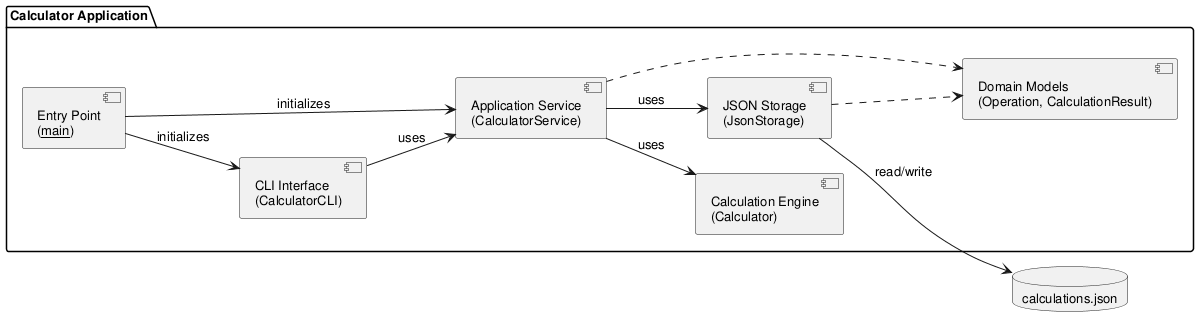
The PlantUML diagram experiments/pipeline/structured_text/calculator/artifacts/component_diagram.png in DanielRiha8906/Software_autoevolution_using_agents, before a commit.
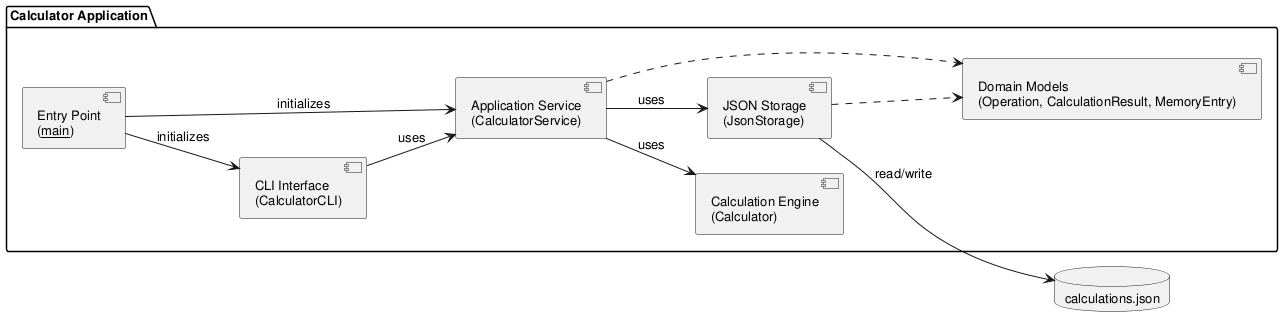
After the commit.

What changed in the source:
```diff
@@ -11,7 +11,7 @@
     component "Application Service\n(CalculatorService)" as Service
     component "Calculation Engine\n(Calculator)" as Calc
     component "JSON Storage\n(JsonStorage)" as Store
-    component "Domain Models\n(Operation, CalculationResult)" as Models
+    component "Domain Models\n(Operation, CalculationResult, MemoryEntry)" as Models
 
     Main --> CLI : initializes
     Main --> Service : initializes
```
